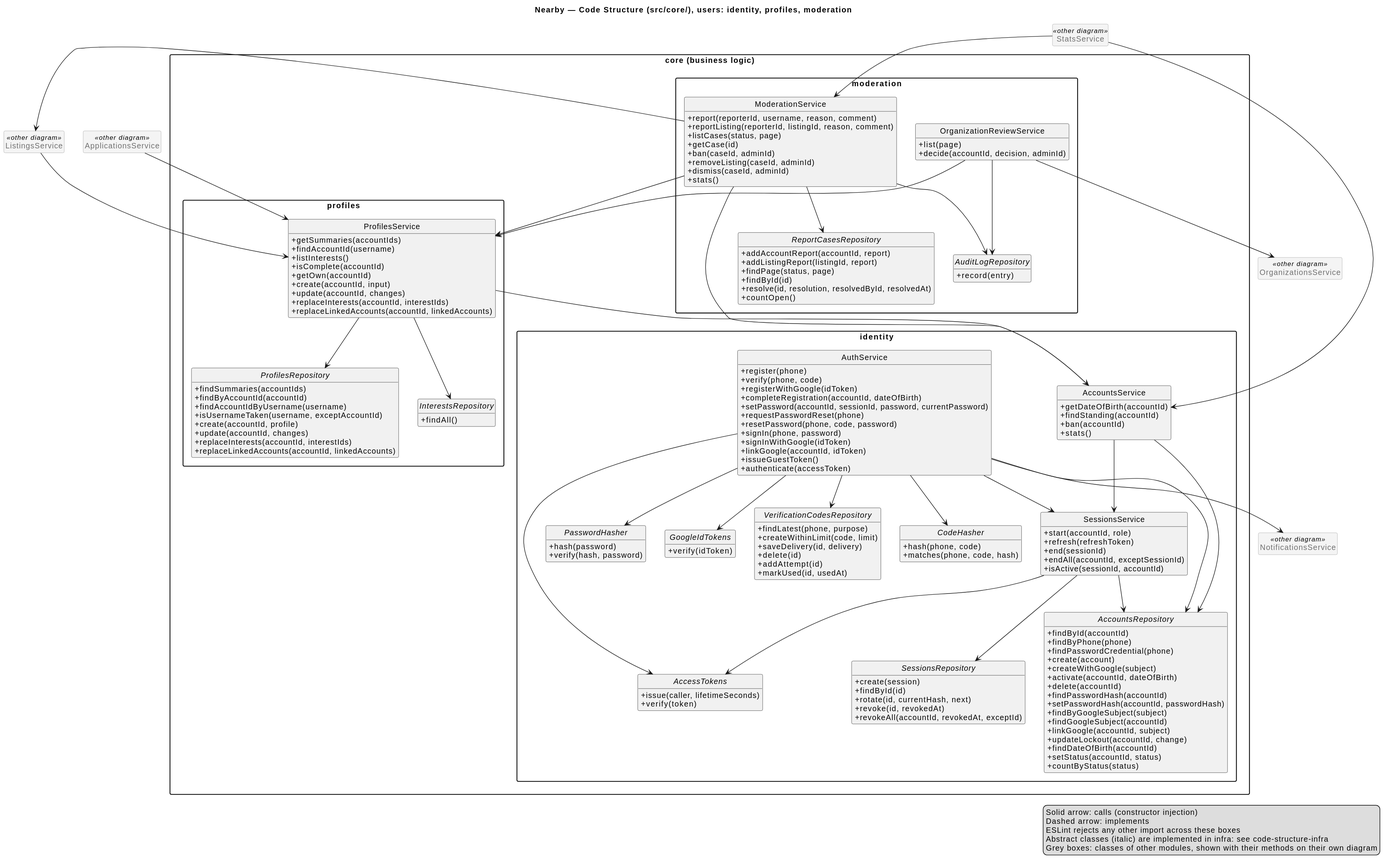
The PlantUML diagram docs/architecture/uml/rendered/code-structure-core-users.svg in ukma-fin-ssdm-2026/pun-intended-team, before a commit. The source it was exported from:
```plantuml
@startuml
title Nearby — Code Structure (src/core/), users: identity, profiles, moderation

skinparam shadowing false
skinparam packageStyle rectangle
skinparam classAttributeIconSize 0
hide empty members
hide circle
skinparam class {
  BackgroundColor<<other diagram>> #F4F4F4
  BorderColor<<other diagram>> #A0A0A0
  FontColor<<other diagram>> #707070
}

package "core (business logic)" as CORE {
  package identity {
    class AuthService {
      +register(phone)
      +verify(phone, code)
      +registerWithGoogle(idToken)
      +completeRegistration(accountId, dateOfBirth)
      +setPassword(accountId, sessionId, password, currentPassword)
      +requestPasswordReset(phone)
      +resetPassword(phone, code, password)
      +signIn(phone, password)
      +signInWithGoogle(idToken)
      +linkGoogle(accountId, idToken)
      +issueGuestToken()
      +authenticate(accessToken)
    }
    class AccountsService {
      +getDateOfBirth(accountId)
      +findStanding(accountId)
      +ban(accountId)
      +stats()
    }
    class SessionsService {
      +start(accountId, role)
      +refresh(refreshToken)
      +end(sessionId)
      +endAll(accountId, exceptSessionId)
      +isActive(sessionId, accountId)
    }
    abstract class AccountsRepository {
      +findById(accountId)
      +findByPhone(phone)
      +findPasswordCredential(phone)
      +create(account)
      +createWithGoogle(subject)
      +activate(accountId, dateOfBirth)
      +delete(accountId)
      +findPasswordHash(accountId)
      +setPasswordHash(accountId, passwordHash)
      +findByGoogleSubject(subject)
      +findGoogleSubject(accountId)
      +linkGoogle(accountId, subject)
      +updateLockout(accountId, change)
      +findDateOfBirth(accountId)
      +setStatus(accountId, status)
      +countByStatus(status)
    }
    abstract class VerificationCodesRepository {
      +findLatest(phone, purpose)
      +createWithinLimit(code, limit)
      +saveDelivery(id, delivery)
      +delete(id)
      +addAttempt(id)
      +markUsed(id, usedAt)
    }
    abstract class SessionsRepository {
      +create(session)
      +findById(id)
      +rotate(id, currentHash, next)
      +revoke(id, revokedAt)
      +revokeAll(accountId, revokedAt, exceptId)
    }
    abstract class AccessTokens {
      +issue(caller, lifetimeSeconds)
      +verify(token)
    }
    abstract class GoogleIdTokens {
      +verify(idToken)
    }
    abstract class PasswordHasher {
      +hash(password)
      +verify(hash, password)
    }
    abstract class CodeHasher {
      +hash(phone, code)
      +matches(phone, code, hash)
    }
  }
  package profiles {
    class ProfilesService {
      +getSummaries(accountIds)
      +findAccountId(username)
      +listInterests()
      +isComplete(accountId)
      +getOwn(accountId)
      +create(accountId, input)
      +update(accountId, changes)
      +replaceInterests(accountId, interestIds)
      +replaceLinkedAccounts(accountId, linkedAccounts)
    }
    abstract class ProfilesRepository {
      +findSummaries(accountIds)
      +findByAccountId(accountId)
      +findAccountIdByUsername(username)
      +isUsernameTaken(username, exceptAccountId)
      +create(accountId, profile)
      +update(accountId, changes)
      +replaceInterests(accountId, interestIds)
      +replaceLinkedAccounts(accountId, linkedAccounts)
    }
    abstract class InterestsRepository {
      +findAll()
    }
  }
  package moderation {
    class ModerationService {
      +report(reporterId, username, reason, comment)
      +reportListing(reporterId, listingId, reason, comment)
      +listCases(status, page)
      +getCase(id)
      +ban(caseId, adminId)
      +removeListing(caseId, adminId)
      +dismiss(caseId, adminId)
      +stats()
    }
    class OrganizationReviewService {
      +list(page)
      +decide(accountId, decision, adminId)
    }
    abstract class ReportCasesRepository {
      +addAccountReport(accountId, report)
      +addListingReport(listingId, report)
      +findPage(status, page)
      +findById(id)
      +resolve(id, resolution, resolvedById, resolvedAt)
      +countOpen()
    }
    abstract class AuditLogRepository {
      +record(entry)
    }
  }
}

class ListingsService <<other diagram>>
class NotificationsService <<other diagram>>
class OrganizationsService <<other diagram>>
class ApplicationsService <<other diagram>>
class StatsService <<other diagram>>

AuthService --> AccountsRepository
AuthService --> VerificationCodesRepository
AuthService --> PasswordHasher
AuthService --> CodeHasher
AuthService --> AccessTokens
AuthService --> GoogleIdTokens
AuthService --> NotificationsService
AuthService --> SessionsService
AccountsService --> AccountsRepository
AccountsService --> SessionsService
SessionsService --> SessionsRepository
SessionsService --> AccountsRepository
SessionsService --> AccessTokens
ProfilesService --> ProfilesRepository
ProfilesService --> InterestsRepository
ProfilesService --> AccountsService
ModerationService --> ReportCasesRepository
ModerationService --> AuditLogRepository
ModerationService --> ProfilesService
ModerationService --> AccountsService
ModerationService --> ListingsService
OrganizationReviewService --> OrganizationsService
OrganizationReviewService --> ProfilesService
OrganizationReviewService --> AuditLogRepository
ListingsService --> ProfilesService
ApplicationsService --> ProfilesService
StatsService --> AccountsService
StatsService --> ModerationService

CodeHasher -[hidden]-> SessionsRepository
GoogleIdTokens -[hidden]-> AccessTokens

legend right
  Solid arrow: calls (constructor injection)
  Dashed arrow: implements
  ESLint rejects any other import across these boxes
  Abstract classes (italic) are implemented in infra: see code-structure-infra
  Grey boxes: classes of other modules, shown with their methods on their own diagram
endlegend
@enduml
```
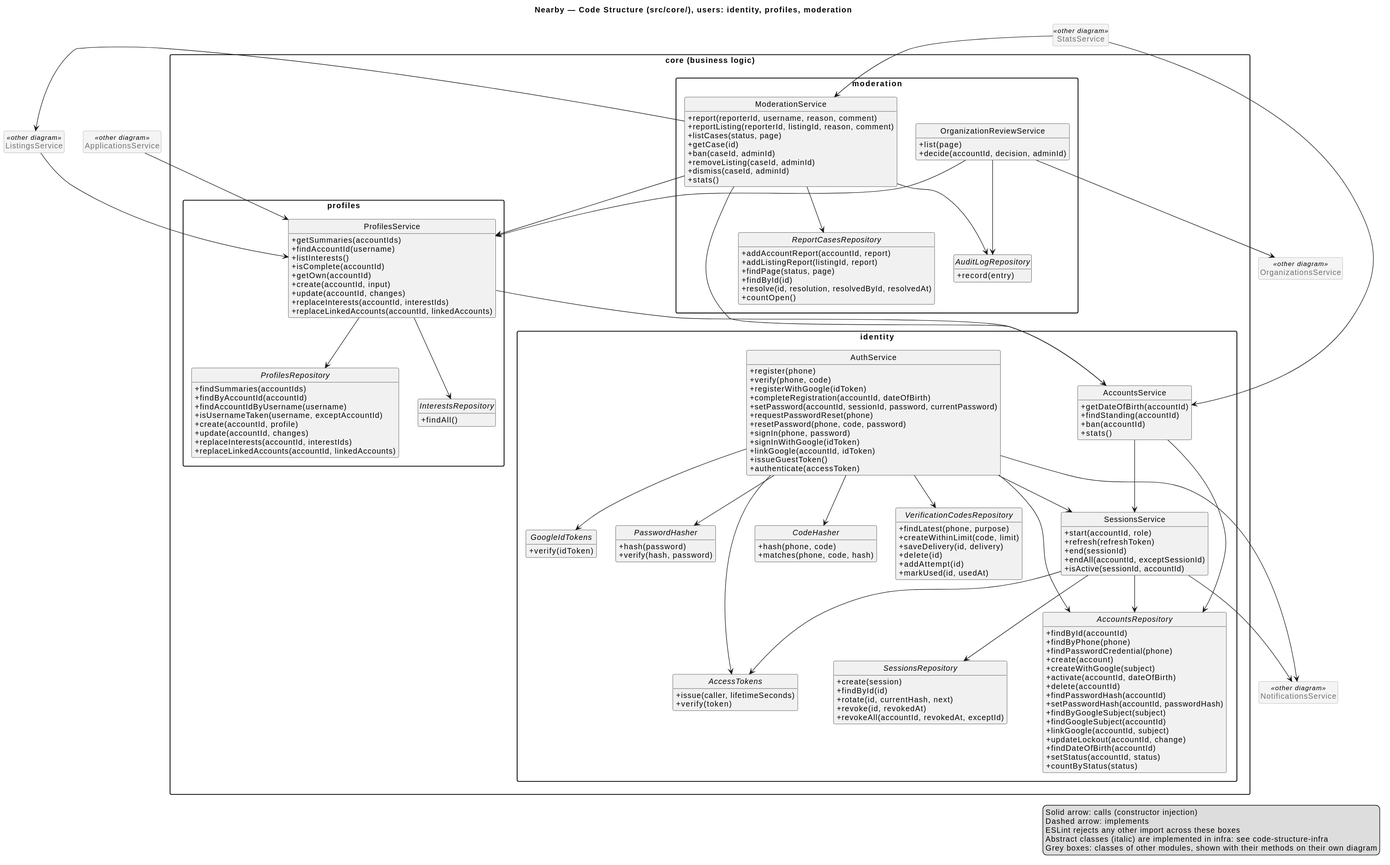
Later version of the same file.

Change to the diagram source:
```diff
@@ -164,6 +164,7 @@
 SessionsService --> SessionsRepository
 SessionsService --> AccountsRepository
 SessionsService --> AccessTokens
+SessionsService --> NotificationsService
 ProfilesService --> ProfilesRepository
 ProfilesService --> InterestsRepository
 ProfilesService --> AccountsService
```
